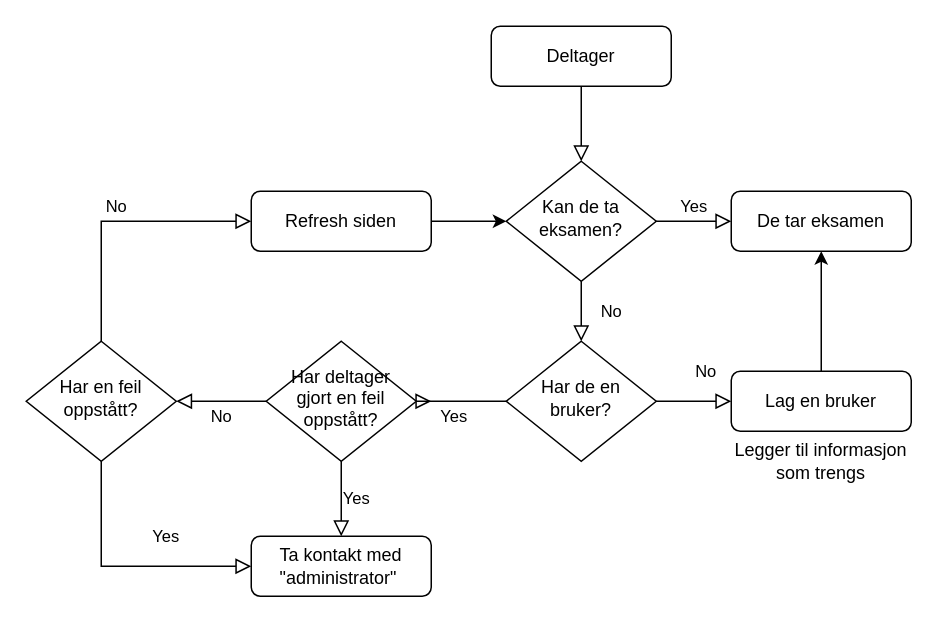
Before: Oppgave_1/Oppgave_2_Flowchart_Code.drawio in Hawski/Webapplikasjoner, a draw.io diagram. Source tidied: cells renumbered, new cells numbered last; positions are measured from the earlier drawing's top-left corner, leaving out a move shared by most shapes. Both pictures are drawn from the tidied source at 150%, with x=0, y=0 at pixel (26, 26).
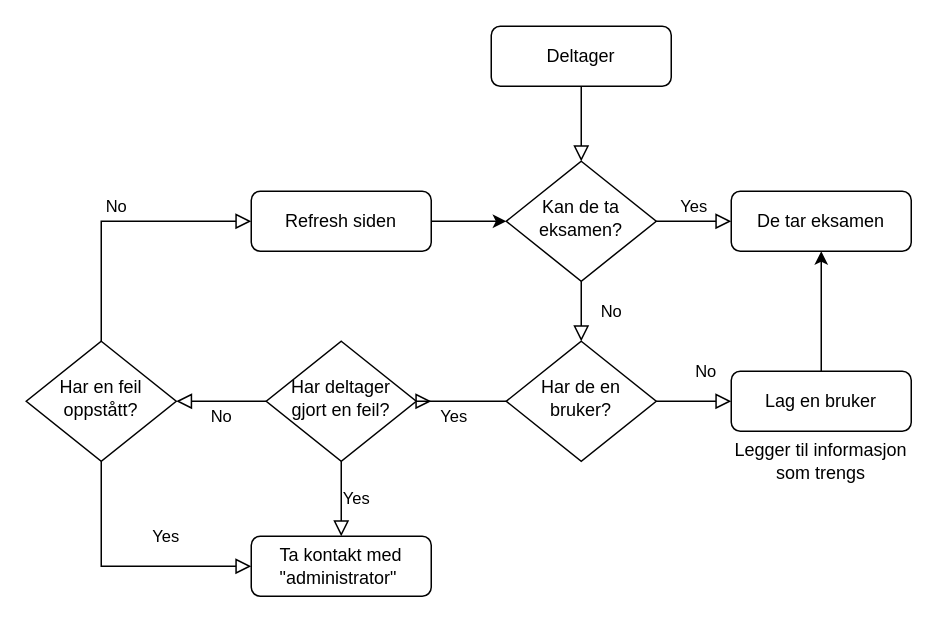
After the change.

The edit, as a diff of the source:
```diff
@@
-    <mxCell id="20" value="Har deltager gjort en feil oppstått?" style="rhombus;whiteSpace=wrap;html=1;shadow=0;fontFamily=Helvetica;fontSize=12;align=center;strokeWidth=1;spacing=6;spacingTop=-4;" parent="1" vertex="1">
+    <mxCell id="20" value="Har deltager gjort en feil?" style="rhombus;whiteSpace=wrap;html=1;shadow=0;fontFamily=Helvetica;fontSize=12;align=center;strokeWidth=1;spacing=6;spacingTop=-4;" parent="1" vertex="1">
       <mxGeometry x="160" y="210" width="100" height="80" as="geometry" />
     </mxCell>
```
